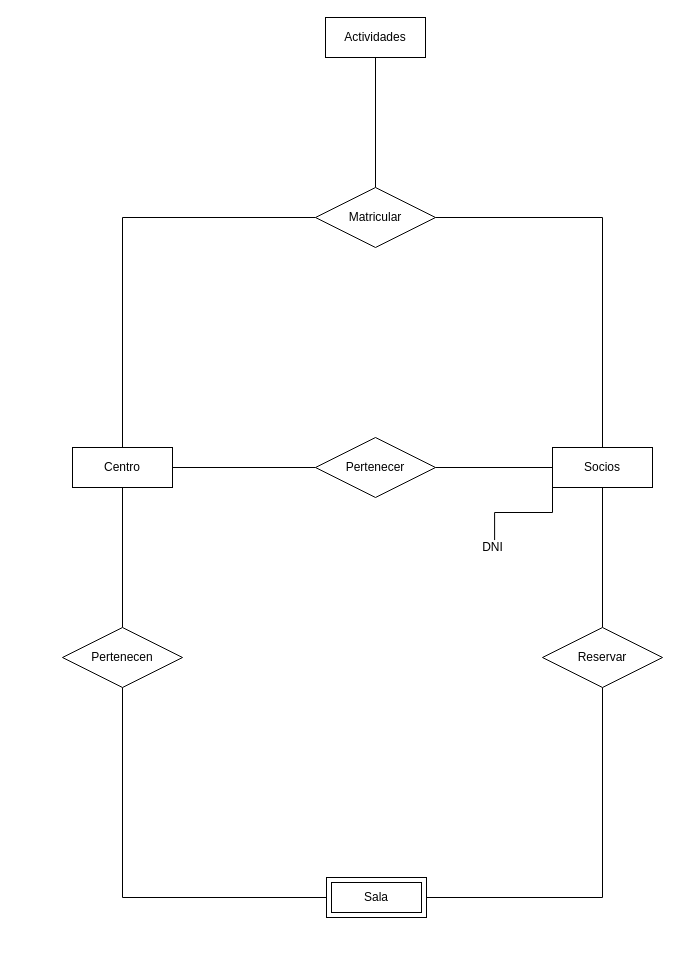
Above: centro_de_ocio.drawio in AdrianGarciaParra/211013_pruebas (draw.io), before the change. Source tidied: cells renumbered, new cells numbered last; positions are measured from the earlier drawing's top-left corner, leaving out a move shared by most shapes. Both pictures are drawn from the tidied source at 100%, with x=0, y=0 at pixel (62, 17).
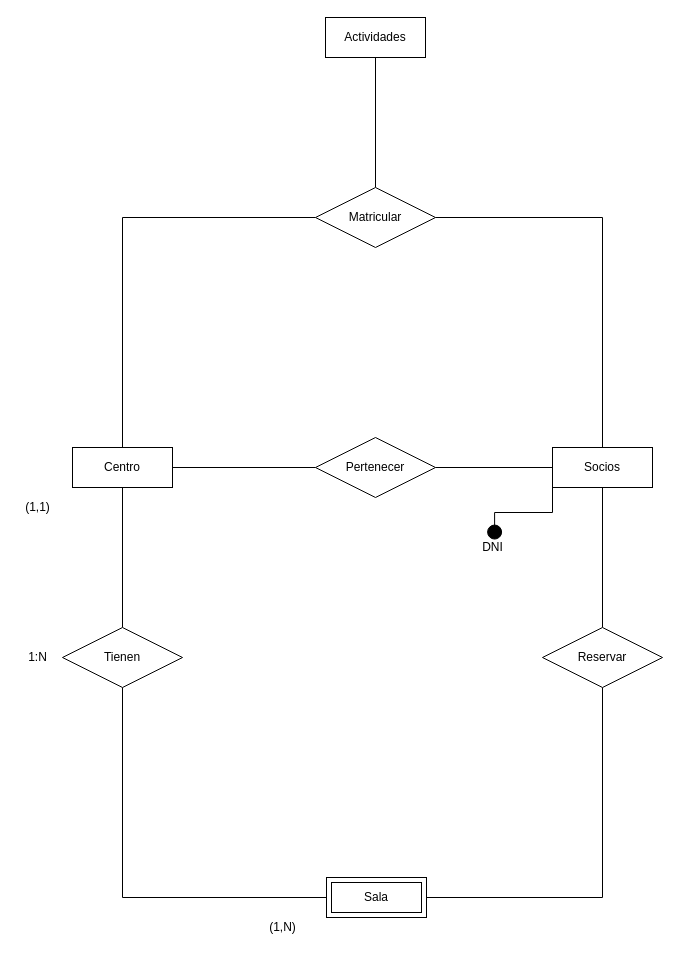
After the change.

Unchanged cells that the change refers to:
```xml
<mxCell id="6" value="Socios" style="whiteSpace=wrap;html=1;align=center;direction=east;" parent="1" vertex="1">
  <mxGeometry x="490" y="430" width="100" height="40" as="geometry" />
</mxCell>
<mxCell id="20" value="DNI" style="text;html=1;align=center;verticalAlign=middle;points=[];strokeColor=none;" parent="1" vertex="1">
  <mxGeometry x="410" y="520" width="40" height="20" as="geometry" />
</mxCell>
```

The edit, as a diff of the source:
```diff
@@
-    <mxCell id="5" style="edgeStyle=orthogonalEdgeStyle;rounded=0;jettySize=auto;html=1;exitX=0;exitY=1;exitDx=0;exitDy=0;entryX=0.553;entryY=0.128;entryDx=0;entryDy=0;entryPerimeter=0;startArrow=none;startFill=0;endArrow=none;endFill=0;" parent="1" edge="1" source="6" target="20">
+    <mxCell id="5" style="rounded=0;jettySize=auto;html=1;exitX=0;exitY=1;exitDx=0;exitDy=0;entryX=0.553;entryY=0.128;entryDx=0;entryDy=0;entryPerimeter=0;startArrow=none;startFill=0;endArrow=circle;endFill=1;edgeStyle=orthogonalEdgeStyle;" parent="1" edge="1" source="6" target="20">
       <mxGeometry relative="1" as="geometry" />
     </mxCell>
@@
-    <mxCell id="15" value="Pertenecen" style="shape=rhombus;perimeter=rhombusPerimeter;whiteSpace=wrap;html=1;align=center;" parent="1" vertex="1">
+    <mxCell id="15" value="Tienen" style="shape=rhombus;perimeter=rhombusPerimeter;whiteSpace=wrap;html=1;align=center;" parent="1" vertex="1">
       <mxGeometry y="610" width="120" height="60" as="geometry" />
     </mxCell>
@@
+    <mxCell id="21" value="(1,1)" style="text;html=1;align=center;verticalAlign=middle;strokeColor=none;" parent="1" vertex="1">
+      <mxGeometry x="-45" y="480" width="40" height="20" as="geometry" />
+    </mxCell>
+    <mxCell id="22" value="(1,N)" style="text;html=1;align=center;verticalAlign=middle;strokeColor=none;" parent="1" vertex="1">
+      <mxGeometry x="200" y="900" width="40" height="20" as="geometry" />
+    </mxCell>
+    <mxCell id="23" value="1:N" style="text;html=1;align=center;verticalAlign=middle;strokeColor=none;" parent="1" vertex="1">
+      <mxGeometry x="-40" y="630" width="30" height="20" as="geometry" />
+    </mxCell>
```
